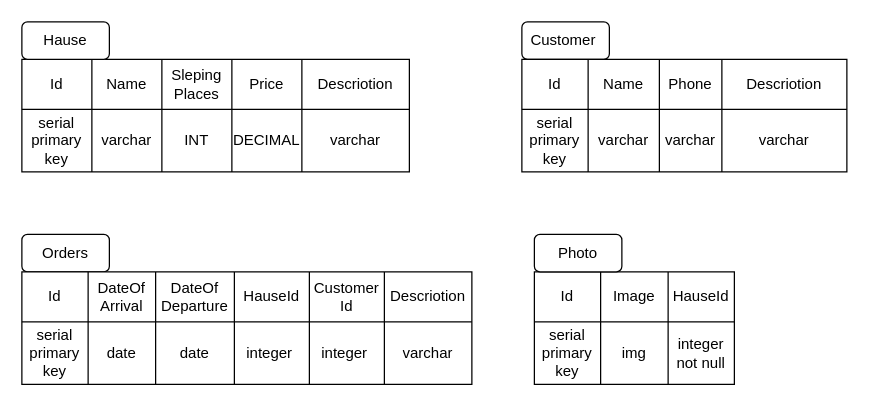
Before: Діаграма без назви.drawio in YanaPrilipko/Diagram, a draw.io diagram. Source tidied: cells renumbered, new cells numbered last; positions are measured from the earlier drawing's top-left corner, leaving out a move shared by most shapes. Both pictures are drawn from the tidied source at 125%, with x=0, y=0 at pixel (21, 21).
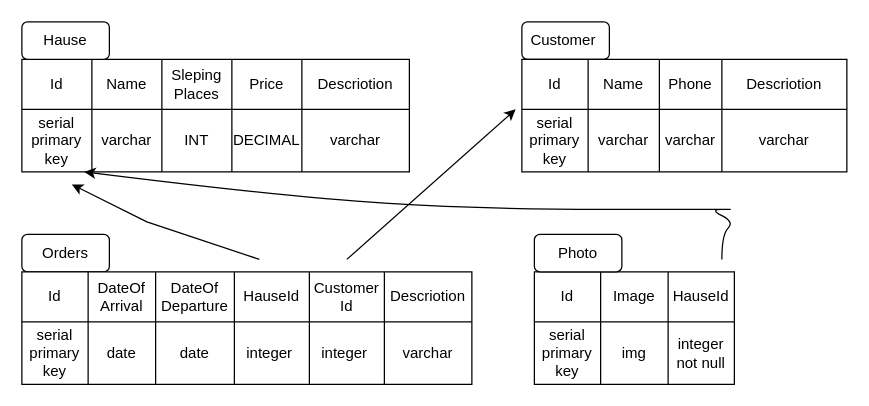
Above is the later version.

What changed in the source:
```diff
@@
+    <mxCell id="54" style="endArrow=classic;html=1;rounded=0;" parent="1" edge="1">
+      <mxGeometry relative="1" as="geometry">
+        <mxPoint x="260" y="190" as="sourcePoint" />
+        <mxPoint x="395" y="70" as="targetPoint" />
+        <Array as="points">
+          <mxPoint x="395" y="70" />
+        </Array>
+      </mxGeometry>
+    </mxCell>
+    <mxCell id="55" style="endArrow=classic;html=1;rounded=0;" parent="1" edge="1">
+      <mxGeometry relative="1" as="geometry">
+        <mxPoint x="190" y="190" as="sourcePoint" />
+        <mxPoint x="40" y="130" as="targetPoint" />
+        <Array as="points">
+          <mxPoint x="100" y="160" />
+        </Array>
+      </mxGeometry>
+    </mxCell>
+    <mxCell id="56" style="curved=1;endArrow=classic;html=1;rounded=0;" parent="1" edge="1">
+      <mxGeometry relative="1" as="geometry">
+        <mxPoint x="560" y="190" as="sourcePoint" />
+        <mxPoint x="50" y="120" as="targetPoint" />
+        <Array as="points">
+          <mxPoint x="560" y="170" />
+          <mxPoint x="570" y="160" />
+          <mxPoint x="550" y="150" />
+          <mxPoint x="570" y="150" />
+          <mxPoint x="560" y="150" />
+          <mxPoint x="370" y="150" />
+          <mxPoint x="210" y="140" />
+        </Array>
+      </mxGeometry>
+    </mxCell>
```
